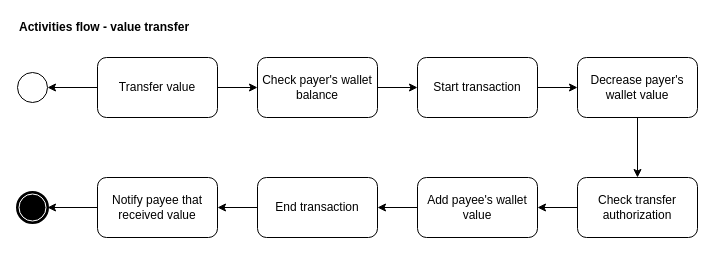
The draw.io diagram page "Activities flow" (2 of 3) of docs/diagrams.drawio in igorfelcam/papibaquigrafo, before the edit. Source tidied: cells renumbered, new cells numbered last; positions are measured from the earlier drawing's top-left corner, leaving out a move shared by most shapes. Both pictures are drawn from the tidied source at 100%, with x=0, y=0 at pixel (17, 17).
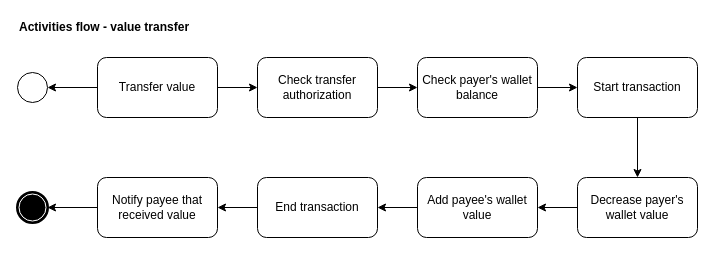
The same page after the edit.

The change refers to these unchanged cells:
```xml
<mxCell id="5" value="Transfer value" style="rounded=1;whiteSpace=wrap;html=1;" parent="1" vertex="1">
  <mxGeometry x="80" y="40" width="120" height="60" as="geometry" />
</mxCell>
<mxCell id="11" value="Add payee's wallet value" style="rounded=1;whiteSpace=wrap;html=1;" parent="1" vertex="1">
  <mxGeometry x="400" y="160" width="120" height="60" as="geometry" />
</mxCell>
```

The edit, as a diff of the source:
```diff
@@
-    <mxCell id="3" style="edgeStyle=orthogonalEdgeStyle;rounded=0;jettySize=auto;html=1;exitX=1;exitY=0.5;exitDx=0;exitDy=0;entryX=0;entryY=0.5;entryDx=0;entryDy=0;" parent="1" edge="1" source="5" target="19">
+    <mxCell id="3" style="edgeStyle=orthogonalEdgeStyle;rounded=0;jettySize=auto;html=1;exitX=1;exitY=0.5;exitDx=0;exitDy=0;entryX=0;entryY=0.5;entryDx=0;entryDy=0;" parent="1" edge="1" source="9" target="19">
       <mxGeometry relative="1" as="geometry" />
     </mxCell>
@@
-    <mxCell id="6" style="edgeStyle=orthogonalEdgeStyle;rounded=0;jettySize=auto;html=1;exitX=0.5;exitY=1;exitDx=0;exitDy=0;entryX=0.5;entryY=0;entryDx=0;entryDy=0;" parent="1" edge="1" source="7" target="9">
+    <mxCell id="6" style="edgeStyle=orthogonalEdgeStyle;rounded=0;jettySize=auto;html=1;exitX=0;exitY=0.5;exitDx=0;exitDy=0;entryX=1;entryY=0.5;entryDx=0;entryDy=0;" parent="1" edge="1" source="7" target="11">
       <mxGeometry relative="1" as="geometry" />
     </mxCell>
     <mxCell id="7" value="Decrease payer's wallet value" style="rounded=1;whiteSpace=wrap;html=1;" parent="1" vertex="1">
-      <mxGeometry x="560" y="40" width="120" height="60" as="geometry" />
+      <mxGeometry x="560" y="160" width="120" height="60" as="geometry" />
     </mxCell>
-    <mxCell id="8" style="edgeStyle=orthogonalEdgeStyle;rounded=0;jettySize=auto;html=1;exitX=0;exitY=0.5;exitDx=0;exitDy=0;entryX=1;entryY=0.5;entryDx=0;entryDy=0;" parent="1" edge="1" source="9" target="11">
-      <mxGeometry relative="1" as="geometry" />
-    </mxCell>
-    <mxCell id="9" value="Check transfer authorization" style="rounded=1;whiteSpace=wrap;html=1;" parent="1" vertex="1">
-      <mxGeometry x="560" y="160" width="120" height="60" as="geometry" />
-    </mxCell>
@@
-    <mxCell id="16" style="edgeStyle=orthogonalEdgeStyle;rounded=0;jettySize=auto;html=1;exitX=1;exitY=0.5;exitDx=0;exitDy=0;entryX=0;entryY=0.5;entryDx=0;entryDy=0;" parent="1" edge="1" source="17" target="7">
+    <mxCell id="16" style="edgeStyle=orthogonalEdgeStyle;rounded=0;jettySize=auto;html=1;exitX=0.5;exitY=1;exitDx=0;exitDy=0;entryX=0.5;entryY=0;entryDx=0;entryDy=0;" parent="1" edge="1" source="17" target="7">
       <mxGeometry relative="1" as="geometry" />
     </mxCell>
     <mxCell id="17" value="&lt;span&gt;Start transaction&lt;/span&gt;" style="rounded=1;whiteSpace=wrap;html=1;" parent="1" vertex="1">
-      <mxGeometry x="400" y="40" width="120" height="60" as="geometry" />
+      <mxGeometry x="560" y="40" width="120" height="60" as="geometry" />
     </mxCell>
@@
     <mxCell id="19" value="Check payer's wallet balance" style="rounded=1;whiteSpace=wrap;html=1;" parent="1" vertex="1">
-      <mxGeometry x="240" y="40" width="120" height="60" as="geometry" />
+      <mxGeometry x="400" y="40" width="120" height="60" as="geometry" />
     </mxCell>
@@
+    <mxCell id="9" value="Check transfer authorization" style="rounded=1;whiteSpace=wrap;html=1;" parent="1" vertex="1">
+      <mxGeometry x="240" y="40" width="120" height="60" as="geometry" />
+    </mxCell>
+    <mxCell id="22" style="edgeStyle=orthogonalEdgeStyle;rounded=0;jettySize=auto;html=1;exitX=1;exitY=0.5;exitDx=0;exitDy=0;entryX=0;entryY=0.5;entryDx=0;entryDy=0;" parent="1" edge="1" source="5" target="9">
+      <mxGeometry relative="1" as="geometry" />
+    </mxCell>
```
